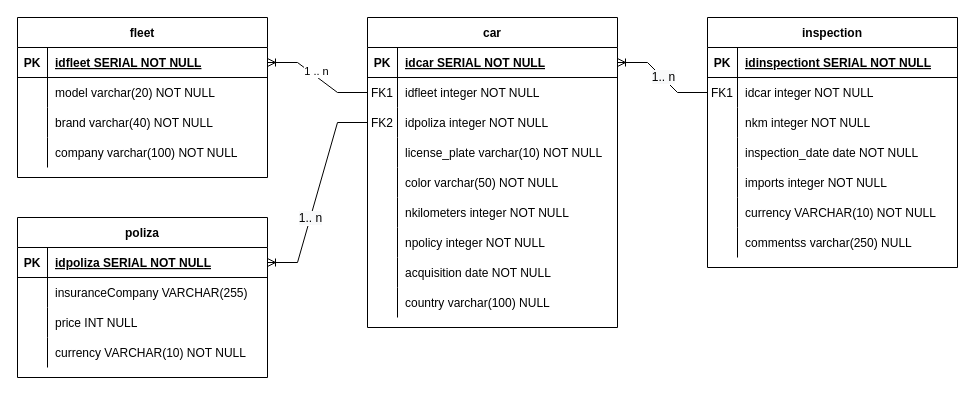
MariaAguila4/KeepCoding_BigData_MariaAguil- keeps this draw.io diagram as SQL_Maria.aguila/Untitled Diagram.drawio. Above is the earlier version. Source tidied: cells renumbered, new cells numbered last; positions are measured from the earlier drawing's top-left corner, leaving out a move shared by most shapes. Both pictures are drawn from the tidied source at 100%, with x=0, y=0 at pixel (17, 17).
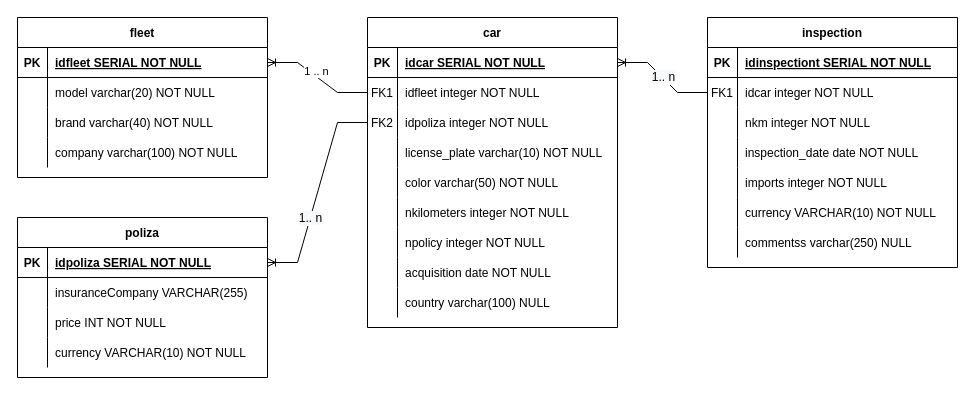
The same page after the edit.

Unchanged cells that the change refers to:
```xml
<mxCell id="22" style="shape=partialRectangle;fillColor=none;top=0;left=0;right=0;bottom=0;" parent="15" vertex="1">
  <mxGeometry y="90" width="250" height="30" as="geometry" />
</mxCell>
```

The edit, as a diff of the source:
```diff
@@
-    <mxCell id="24" value="price INT NULL" style="shape=partialRectangle;overflow=hidden;fillColor=none;top=0;left=0;bottom=0;right=0;align=left;spacingLeft=6;" parent="22" vertex="1">
+    <mxCell id="24" value="price INT NOT NULL" style="shape=partialRectangle;overflow=hidden;fillColor=none;top=0;left=0;bottom=0;right=0;align=left;spacingLeft=6;" parent="22" vertex="1">
       <mxGeometry x="30" width="220" height="30" as="geometry" />
     </mxCell>
```
